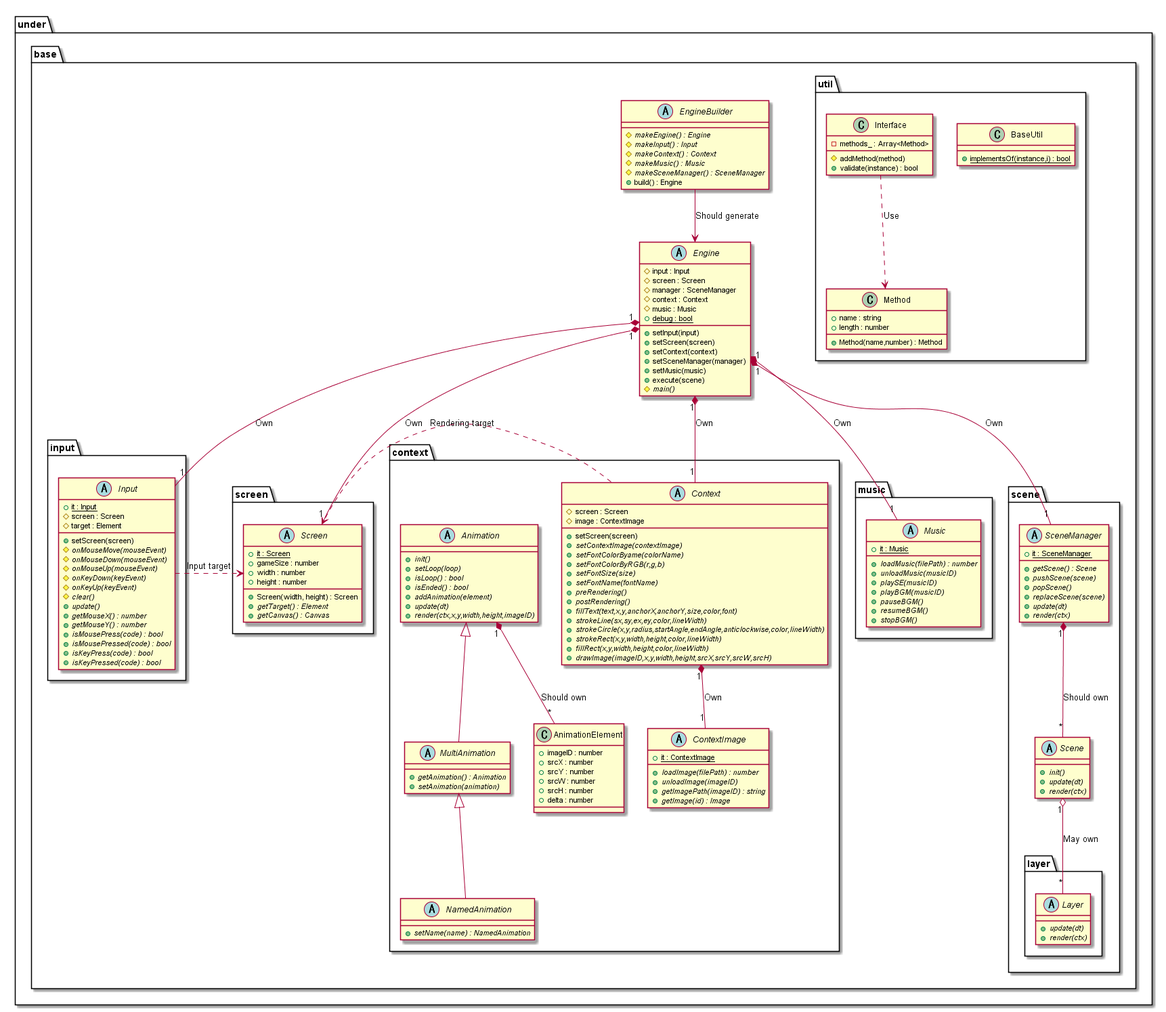
Expine/Under keeps this PlantUML diagram as out/uml/gamebase/Base/GameBaseBase.png. Above is the earlier version.
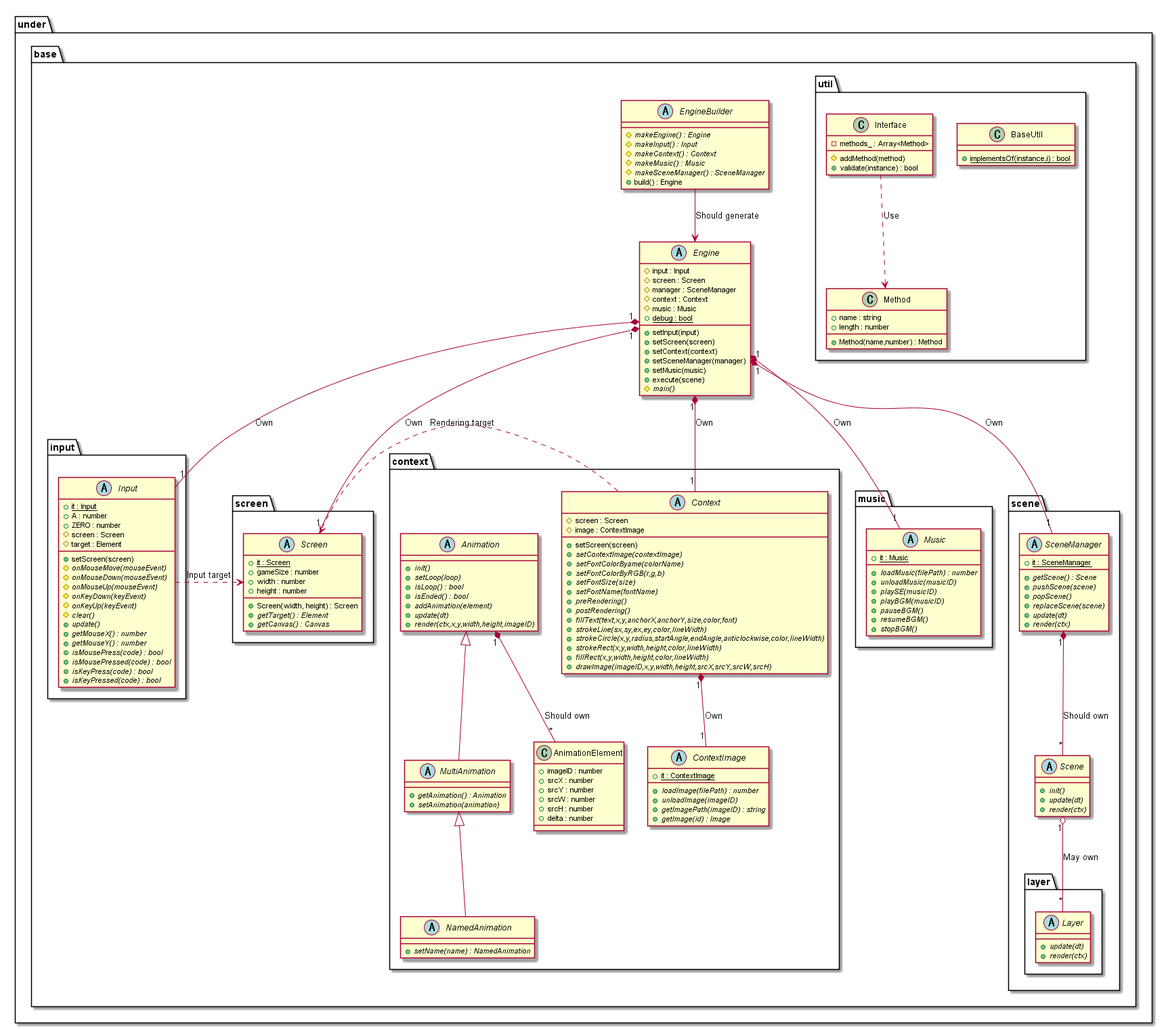
Later version of the same file.

Change to the diagram source:
```diff
@@ -29,6 +29,8 @@
         package input {
             abstract Input {
                 {static} +it : Input
+                +A : number
+                +ZERO : number
                 #screen : Screen
                 #target : Element
                 +setScreen(screen)
```
